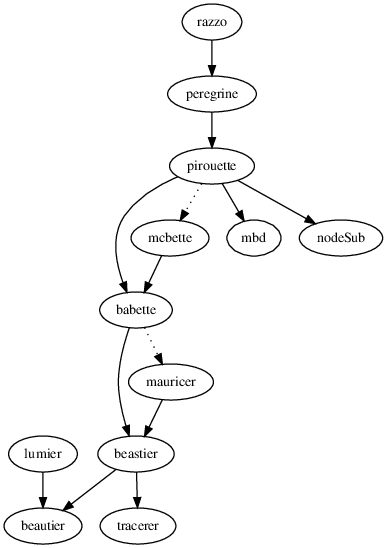
Earlier version of the Graphviz export doc/dependencies.png (richelbilderbeek/razzo). Its source is kept beside it as doc/dependencies.dot.
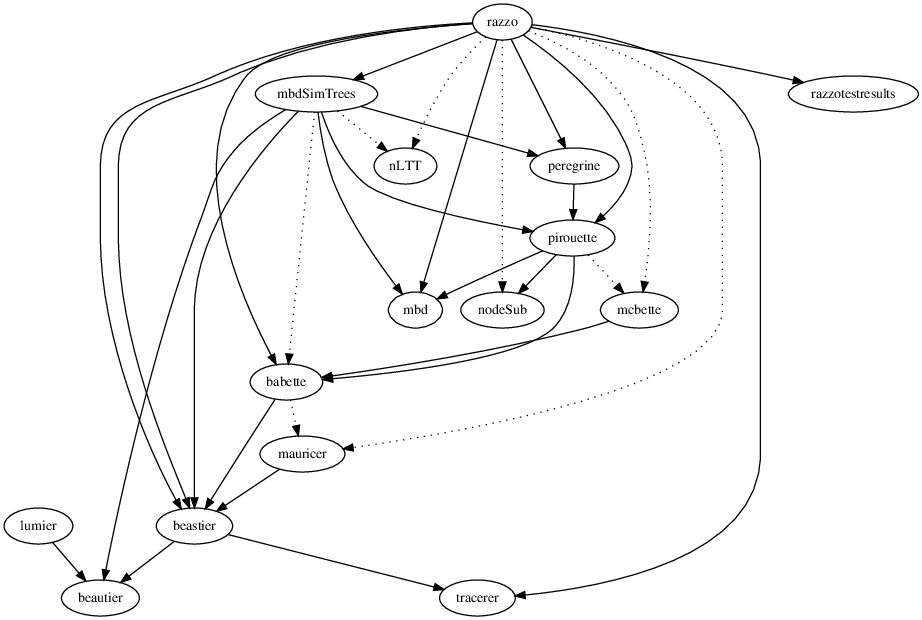
After the change.

Commit message:
Show more deps in pic, link to 'razzotestresults'

The edit, as a diff of the source:
```diff
@@ -12,5 +12,24 @@
   pirouette -> mbd;
   pirouette -> nodeSub;
   peregrine -> pirouette;
+  razzo -> pirouette;
   razzo -> peregrine;
+  razzo -> razzotestresults;
+  razzo -> beastier;
+  razzo -> beastier;
+  razzo -> mbd;
+  razzo -> mbdSimTrees;
+  razzo -> babette;
+  razzo -> tracerer;
+  razzo -> mauricer [style=dotted];
+  razzo -> mcbette [style=dotted];
+  razzo -> nLTT [style=dotted];
+  razzo -> nodeSub [style=dotted];
+  mbdSimTrees -> beastier;
+  mbdSimTrees -> beautier;
+  mbdSimTrees -> mbd;
+  mbdSimTrees -> peregrine;
+  mbdSimTrees -> pirouette;
+  mbdSimTrees -> babette [style=dotted];
+  mbdSimTrees -> nLTT [style=dotted];
 }
```
